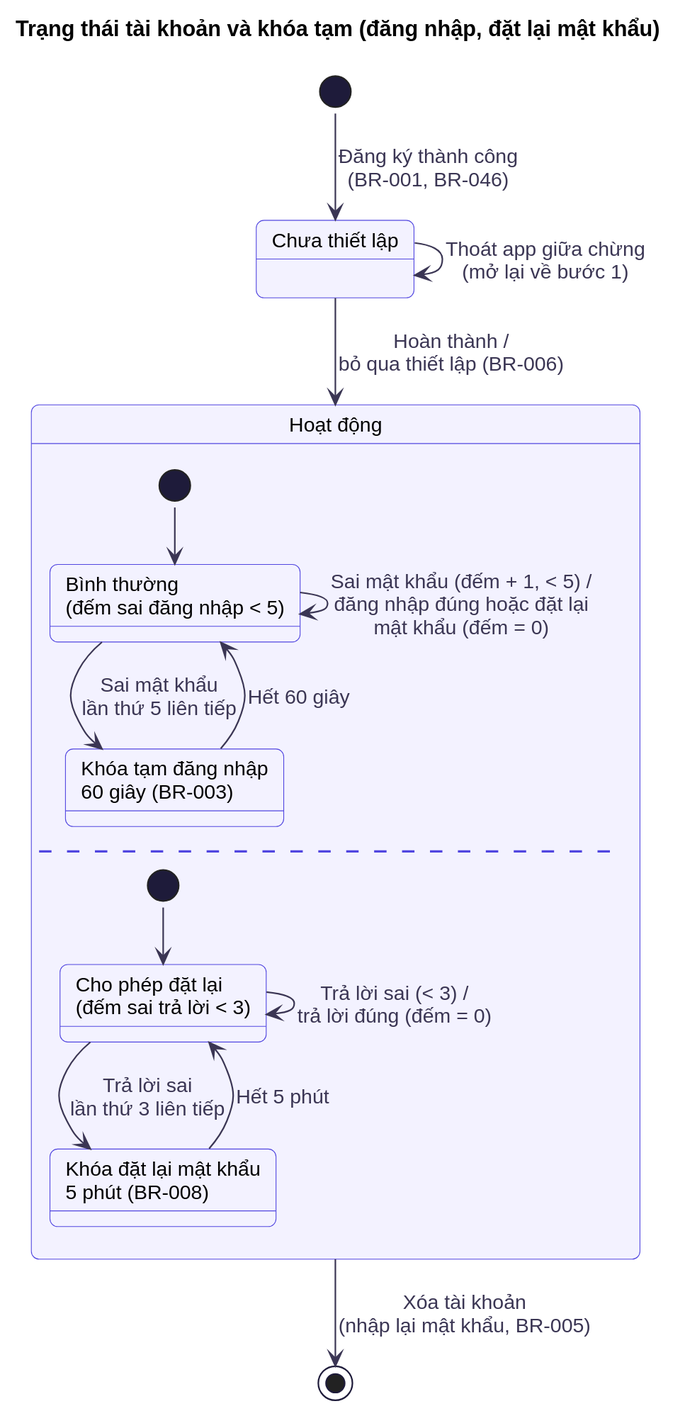
Before: docs/diagrams/state/st-02-tai-khoan.svg, a diagram exported from PlantUML (at1308033-sketch/LearningE_app).
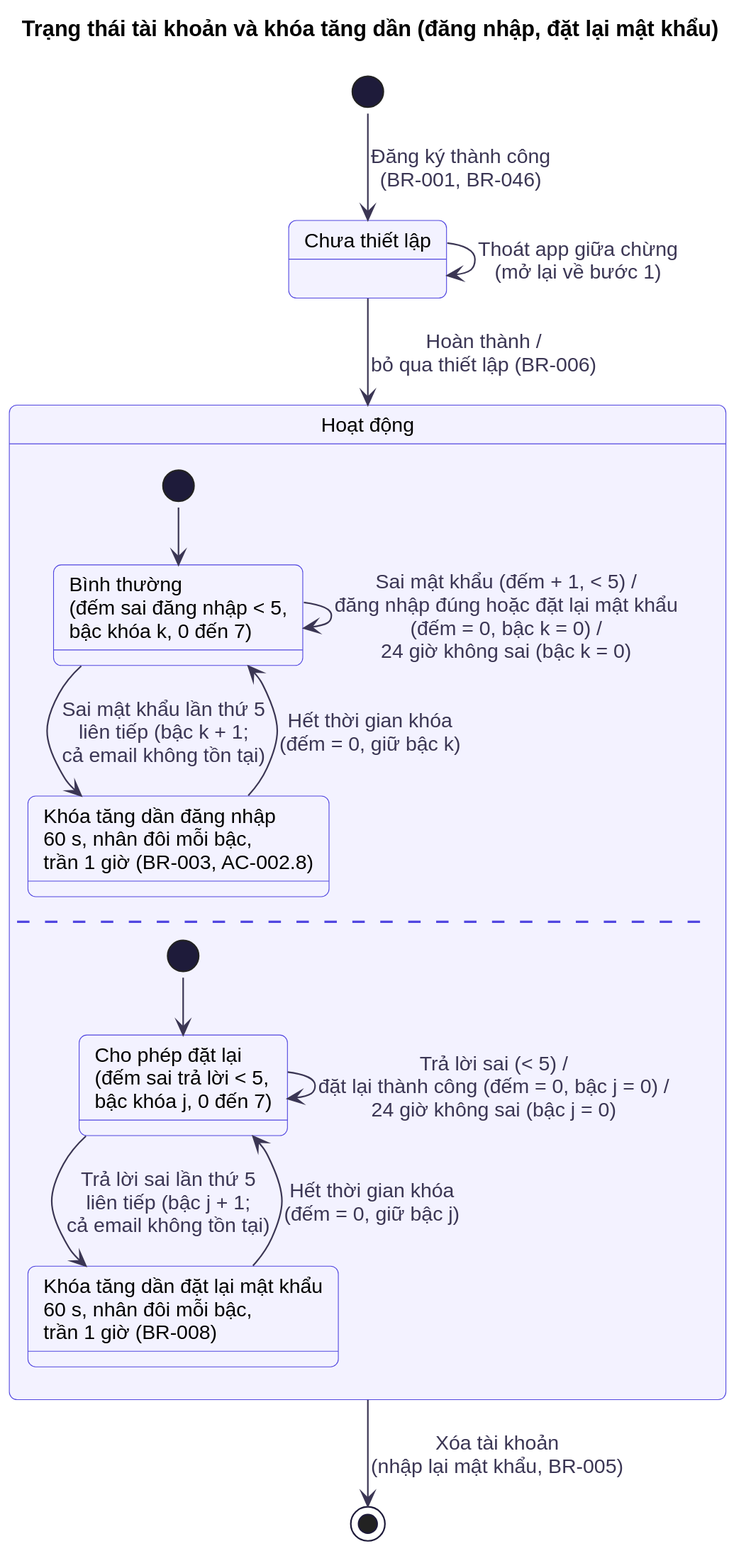
Later version of the same file.

Diff of the diagram source:
```diff
@@ -1,22 +1,22 @@
 @startuml
 !include ../_style.puml
-title Trạng thái tài khoản và khóa tạm (đăng nhập, đặt lại mật khẩu)
+title Trạng thái tài khoản và khóa tăng dần (đăng nhập, đặt lại mật khẩu)
 
 state "Chưa thiết lập" as ChuaThietLap
 state "Hoạt động" as HoatDong {
-  state "Bình thường\n(đếm sai đăng nhập < 5)" as BinhThuong
-  state "Khóa tạm đăng nhập\n60 giây (BR-003)" as KhoaTam
+  state "Bình thường\n(đếm sai đăng nhập < 5,\nbậc khóa k, 0 đến 7)" as BinhThuong
+  state "Khóa tăng dần đăng nhập\n60 s, nhân đôi mỗi bậc,\ntrần 1 giờ (BR-003, AC-002.8)" as KhoaTam
   [*] --> BinhThuong
-  BinhThuong --> BinhThuong : Sai mật khẩu (đếm + 1, < 5) /\nđăng nhập đúng hoặc đặt lại\nmật khẩu (đếm = 0)
-  BinhThuong --> KhoaTam : Sai mật khẩu\nlần thứ 5 liên tiếp
-  KhoaTam --> BinhThuong : Hết 60 giây
+  BinhThuong --> BinhThuong : Sai mật khẩu (đếm + 1, < 5) /\nđăng nhập đúng hoặc đặt lại mật khẩu\n(đếm = 0, bậc k = 0) /\n24 giờ không sai (bậc k = 0)
+  BinhThuong --> KhoaTam : Sai mật khẩu lần thứ 5\nliên tiếp (bậc k + 1;\ncả email không tồn tại)
+  KhoaTam --> BinhThuong : Hết thời gian khóa\n(đếm = 0, giữ bậc k)
   --
-  state "Cho phép đặt lại\n(đếm sai trả lời < 3)" as ChoDatLai
-  state "Khóa đặt lại mật khẩu\n5 phút (BR-008)" as KhoaDatLai
+  state "Cho phép đặt lại\n(đếm sai trả lời < 5,\nbậc khóa j, 0 đến 7)" as ChoDatLai
+  state "Khóa tăng dần đặt lại mật khẩu\n60 s, nhân đôi mỗi bậc,\ntrần 1 giờ (BR-008)" as KhoaDatLai
   [*] --> ChoDatLai
-  ChoDatLai --> ChoDatLai : Trả lời sai (< 3) /\ntrả lời đúng (đếm = 0)
-  ChoDatLai --> KhoaDatLai : Trả lời sai\nlần thứ 3 liên tiếp
-  KhoaDatLai --> ChoDatLai : Hết 5 phút
+  ChoDatLai --> ChoDatLai : Trả lời sai (< 5) /\nđặt lại thành công (đếm = 0, bậc j = 0) /\n24 giờ không sai (bậc j = 0)
+  ChoDatLai --> KhoaDatLai : Trả lời sai lần thứ 5\nliên tiếp (bậc j + 1;\ncả email không tồn tại)
+  KhoaDatLai --> ChoDatLai : Hết thời gian khóa\n(đếm = 0, giữ bậc j)
 }
 
 [*] --> ChuaThietLap : Đăng ký thành công\n(BR-001, BR-046)
```
